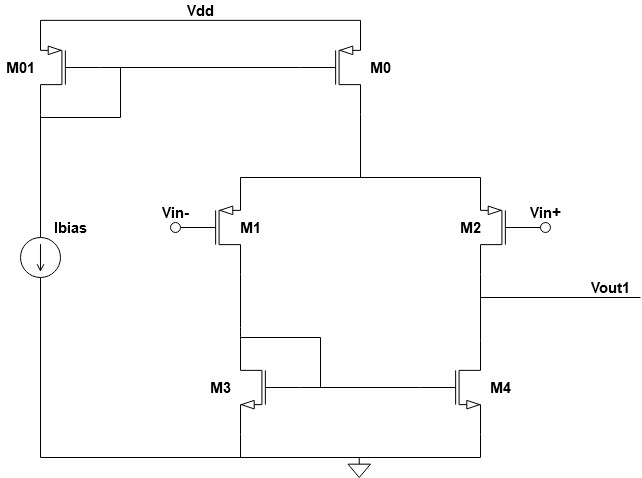
This is Immagini_relazione/first_stage.png from Gaspare7696/AIC_group, a draw.io export, as it was before one commit. Source tidied: cells renumbered, new cells last; positions are measured from the earlier drawing's top-left corner, leaving out a move shared by most shapes.
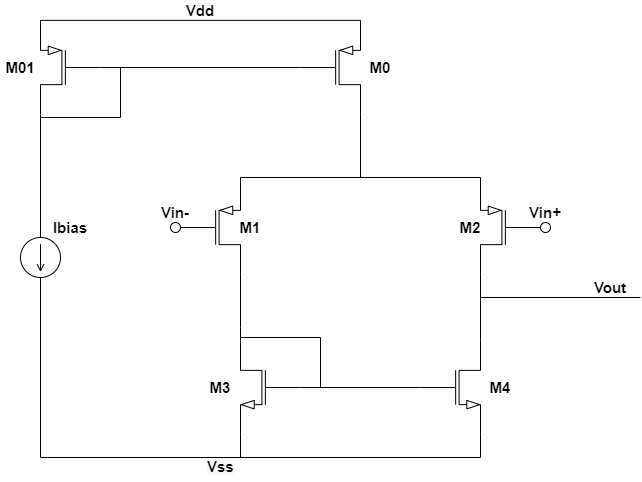
After the commit.

Change to the diagram source:
```diff
@@ -90,9 +90,6 @@
         <mxPoint x="480" y="457" as="targetPoint" />
       </mxGeometry>
     </mxCell>
-    <mxCell id="23" style="verticalLabelPosition=bottom;shadow=0;dashed=0;align=center;html=1;verticalAlign=top;shape=mxgraph.electrical.signal_sources.signal_ground;" parent="1" vertex="1">
-      <mxGeometry x="347.5" y="457" width="22.5" height="20" as="geometry" />
-    </mxCell>
     <mxCell id="24" value="Vdd" style="text;html=1;strokeColor=none;fillColor=none;align=center;verticalAlign=middle;whiteSpace=wrap;rounded=0;glass=0;fontStyle=1;fontSize=15;" parent="1" vertex="1">
       <mxGeometry x="180" width="40" height="20" as="geometry" />
     </mxCell>
@@ -159,8 +156,11 @@
         <mxPoint x="640" y="297" as="targetPoint" />
       </mxGeometry>
     </mxCell>
-    <mxCell id="41" value="&lt;div&gt;Vout1&lt;/div&gt;" style="text;html=1;strokeColor=none;fillColor=none;align=center;verticalAlign=middle;whiteSpace=wrap;rounded=0;glass=0;fontStyle=1;fontSize=15;" parent="1" vertex="1">
+    <mxCell id="41" value="&lt;div&gt;Vout&lt;/div&gt;" style="text;html=1;strokeColor=none;fillColor=none;align=center;verticalAlign=middle;whiteSpace=wrap;rounded=0;glass=0;fontStyle=1;fontSize=15;" parent="1" vertex="1">
       <mxGeometry x="590" y="277" width="40" height="20" as="geometry" />
     </mxCell>
+    <mxCell id="42" value="&lt;span style=&quot;color: rgb(0 , 0 , 0) ; font-family: &amp;#34;helvetica&amp;#34; ; font-size: 15px ; font-style: normal ; font-weight: 700 ; letter-spacing: normal ; text-align: center ; text-indent: 0px ; text-transform: none ; word-spacing: 0px ; background-color: rgb(248 , 249 , 250) ; display: inline ; float: none&quot;&gt;Vss&lt;/span&gt;" style="text;whiteSpace=wrap;html=1;" parent="1" vertex="1">
+      <mxGeometry x="205" y="451" width="40" height="30" as="geometry" />
+    </mxCell>
   </root>
 </mxGraphModel>
```
